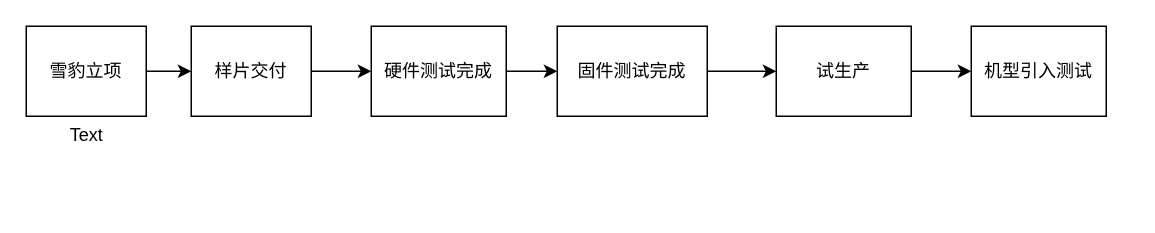
The draw.io diagram 未命名绘图.drawio in guiyaoer/learn-kvm, before the edit. Source tidied: cells renumbered, new cells numbered last; positions are measured from the earlier drawing's top-left corner, leaving out a move shared by most shapes. Both pictures are drawn from the tidied source at 150%, with x=0, y=0 at pixel (26, 26).
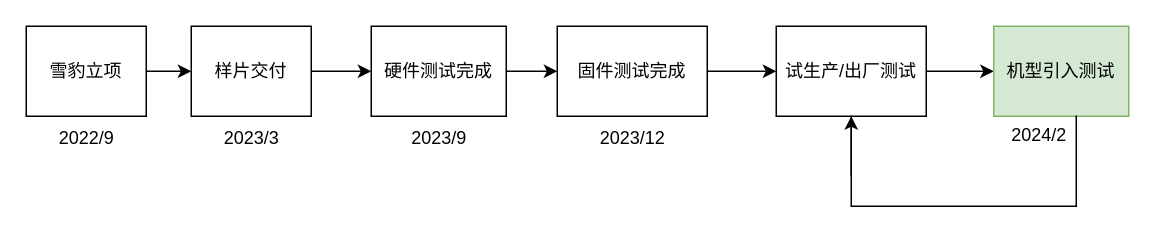
After the change.

Commit message (it also covers changes not shown here):
更新未命名绘图.drawio

Diff of the diagram source:
```diff
@@
-    <mxCell id="11" value="试生产" style="rounded=0;whiteSpace=wrap;html=1;" parent="1" vertex="1">
-      <mxGeometry x="500" width="90" height="60" as="geometry" />
+    <mxCell id="11" value="试生产/出厂测试" style="rounded=0;whiteSpace=wrap;html=1;" parent="1" vertex="1">
+      <mxGeometry x="500" width="100" height="60" as="geometry" />
     </mxCell>
-    <mxCell id="12" value="机型引入测试" style="rounded=0;whiteSpace=wrap;html=1;" parent="1" vertex="1">
-      <mxGeometry x="630" width="90" height="60" as="geometry" />
+    <mxCell id="12" value="机型引入测试" style="rounded=0;whiteSpace=wrap;html=1;fillColor=#d5e8d4;strokeColor=#82b366;" parent="1" vertex="1">
+      <mxGeometry x="645" width="90" height="60" as="geometry" />
     </mxCell>
-    <mxCell id="13" value="Text" style="text;html=1;align=center;verticalAlign=middle;strokeColor=none;fillColor=none;" parent="1" vertex="1">
-      <mxGeometry x="15" y="58" width="50" height="30" as="geometry" />
+    <mxCell id="13" value="2022/9" style="text;html=1;align=center;verticalAlign=middle;strokeColor=none;fillColor=none;" parent="1" vertex="1">
+      <mxGeometry x="10" y="60" width="60" height="30" as="geometry" />
     </mxCell>
+    <mxCell id="14" value="2023/3" style="text;html=1;align=center;verticalAlign=middle;strokeColor=none;fillColor=none;" parent="1" vertex="1">
+      <mxGeometry x="120" y="60" width="60" height="30" as="geometry" />
+    </mxCell>
+    <mxCell id="15" value="2023/9" style="text;html=1;align=center;verticalAlign=middle;strokeColor=none;fillColor=none;" parent="1" vertex="1">
+      <mxGeometry x="245" y="60" width="60" height="30" as="geometry" />
+    </mxCell>
+    <mxCell id="16" value="2023/12" style="text;html=1;align=center;verticalAlign=middle;strokeColor=none;fillColor=none;" parent="1" vertex="1">
+      <mxGeometry x="369" y="60" width="70" height="30" as="geometry" />
+    </mxCell>
+    <mxCell id="17" value="2024/2" style="text;html=1;align=center;verticalAlign=middle;strokeColor=none;fillColor=none;" parent="1" vertex="1">
+      <mxGeometry x="645" y="58" width="60" height="30" as="geometry" />
+    </mxCell>
+    <mxCell id="18" style="shape=partialRectangle;whiteSpace=wrap;html=1;bottom=1;right=1;left=1;top=0;fillColor=none;routingCenterX=-0.5;" parent="1" vertex="1">
+      <mxGeometry x="550" y="60" width="150" height="60" as="geometry" />
+    </mxCell>
+    <mxCell id="19" style="endArrow=classic;html=1;rounded=0;" parent="1" edge="1">
+      <mxGeometry relative="1" as="geometry">
+        <mxPoint x="550" y="100" as="sourcePoint" />
+        <mxPoint x="550" y="60" as="targetPoint" />
+      </mxGeometry>
+    </mxCell>
```
